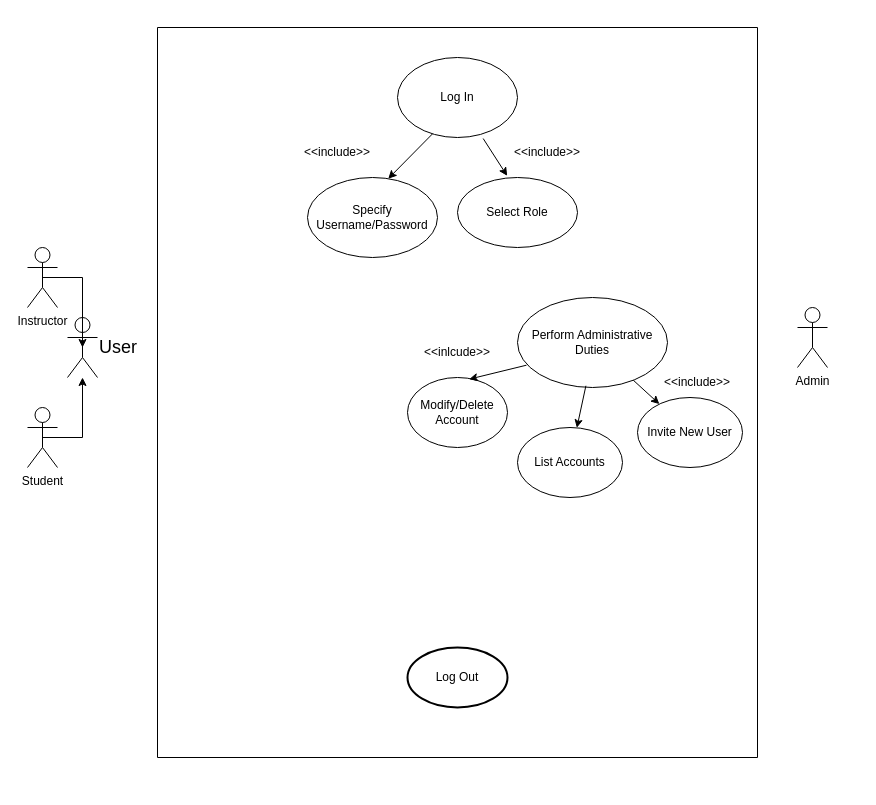
Earlier version of the draw.io diagram Use Case Diagram.drawio (mnevi/CSE360Project). Source tidied: cells renumbered, new cells numbered last; positions are measured from the earlier drawing's top-left corner, leaving out a move shared by most shapes. Both pictures are drawn from the tidied source at 100%, with x=0, y=0 at pixel (27, 27).
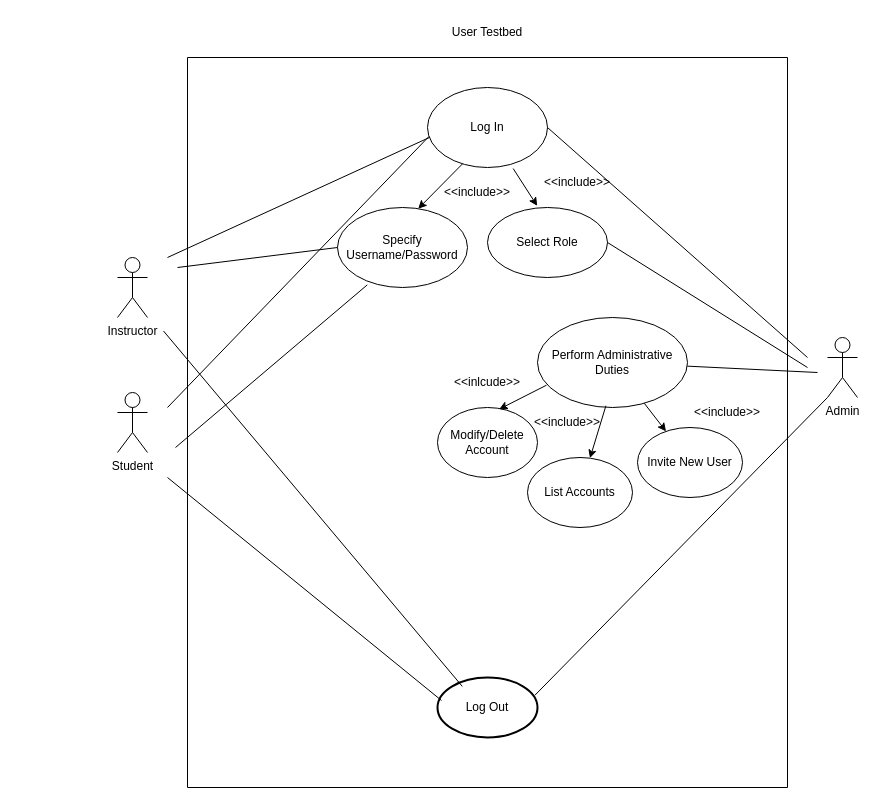
After the change.

What changed in the source:
```diff
@@
-    <mxCell id="2" style="swimlane;startSize=0;" parent="1" vertex="1">
-      <mxGeometry x="130" width="600" height="730" as="geometry" />
-    </mxCell>
+    <mxCell id="26" style="swimlane;startSize=0;" parent="1" vertex="1">
+      <mxGeometry x="160" y="30" width="600" height="730" as="geometry" />
+    </mxCell>
-    <mxCell id="3" value="Log Out" style="strokeWidth=2;html=1;shape=mxgraph.flowchart.start_1;whiteSpace=wrap;" parent="2" vertex="1">
+    <mxCell id="3" value="Log Out" style="strokeWidth=2;html=1;shape=mxgraph.flowchart.start_1;whiteSpace=wrap;" parent="26" vertex="1">
       <mxGeometry x="250" y="620" width="100" height="60" as="geometry" />
     </mxCell>
-    <mxCell id="4" value="Log In" style="ellipse;whiteSpace=wrap;html=1;" parent="2" vertex="1">
+    <mxCell id="4" value="Log In" style="ellipse;whiteSpace=wrap;html=1;" parent="26" vertex="1">
       <mxGeometry x="240" y="30" width="120" height="80" as="geometry" />
     </mxCell>
-    <mxCell id="5" style="endArrow=classic;html=1;rounded=0;exitX=0.714;exitY=1.013;exitDx=0;exitDy=0;entryX=0.414;entryY=-0.024;entryDx=0;entryDy=0;entryPerimeter=0;exitPerimeter=0;" parent="2" edge="1" source="4" target="8">
+    <mxCell id="5" style="endArrow=classic;html=1;rounded=0;exitX=0.714;exitY=1.013;exitDx=0;exitDy=0;entryX=0.414;entryY=-0.024;entryDx=0;entryDy=0;entryPerimeter=0;exitPerimeter=0;" parent="26" edge="1" source="4" target="8">
       <mxGeometry relative="1" as="geometry" />
     </mxCell>
-    <mxCell id="6" value="&amp;lt;&amp;lt;include&amp;gt;&amp;gt;" style="text;html=1;align=center;verticalAlign=middle;whiteSpace=wrap;rounded=0;" parent="2" vertex="1">
+    <mxCell id="6" value="&amp;lt;&amp;lt;include&amp;gt;&amp;gt;" style="text;html=1;align=center;verticalAlign=middle;whiteSpace=wrap;rounded=0;" parent="26" vertex="1">
       <mxGeometry x="360" y="110" width="60" height="30" as="geometry" />
     </mxCell>
-    <mxCell id="7" value="Specify Username/Password" style="ellipse;whiteSpace=wrap;html=1;" parent="2" vertex="1">
+    <mxCell id="7" value="Specify Username/Password" style="ellipse;whiteSpace=wrap;html=1;" parent="26" vertex="1">
       <mxGeometry x="150" y="150" width="130" height="80" as="geometry" />
     </mxCell>
-    <mxCell id="8" value="Select Role" style="ellipse;whiteSpace=wrap;html=1;" parent="2" vertex="1">
+    <mxCell id="8" value="Select Role" style="ellipse;whiteSpace=wrap;html=1;" parent="26" vertex="1">
       <mxGeometry x="300" y="150" width="120" height="70" as="geometry" />
     </mxCell>
-    <mxCell id="9" style="endArrow=classic;html=1;rounded=0;exitX=0.292;exitY=0.954;exitDx=0;exitDy=0;entryX=0.621;entryY=0.015;entryDx=0;entryDy=0;exitPerimeter=0;entryPerimeter=0;" parent="2" edge="1" source="4" target="7">
+    <mxCell id="9" style="endArrow=classic;html=1;rounded=0;exitX=0.292;exitY=0.954;exitDx=0;exitDy=0;entryX=0.621;entryY=0.015;entryDx=0;entryDy=0;exitPerimeter=0;entryPerimeter=0;" parent="26" edge="1" source="4" target="7">
       <mxGeometry relative="1" as="geometry" />
     </mxCell>
-    <mxCell id="10" value="&amp;lt;&amp;lt;include&amp;gt;&amp;gt;" style="text;html=1;align=center;verticalAlign=middle;whiteSpace=wrap;rounded=0;" parent="2" vertex="1">
-      <mxGeometry x="150" y="110" width="60" height="30" as="geometry" />
-    </mxCell>
+    <mxCell id="27" value="&amp;lt;&amp;lt;include&amp;gt;&amp;gt;" style="text;html=1;align=center;verticalAlign=middle;whiteSpace=wrap;rounded=0;" parent="26" vertex="1">
+      <mxGeometry x="260" y="120" width="60" height="30" as="geometry" />
+    </mxCell>
-    <mxCell id="11" value="Perform Administrative Duties" style="ellipse;whiteSpace=wrap;html=1;" parent="2" vertex="1">
-      <mxGeometry x="360" y="270" width="150" height="90" as="geometry" />
+    <mxCell id="11" value="Perform Administrative Duties" style="ellipse;whiteSpace=wrap;html=1;" parent="26" vertex="1">
+      <mxGeometry x="350" y="260" width="150" height="90" as="geometry" />
     </mxCell>
-    <mxCell id="12" value="Modify/Delete Account" style="ellipse;whiteSpace=wrap;html=1;" parent="2" vertex="1">
+    <mxCell id="12" value="Modify/Delete Account" style="ellipse;whiteSpace=wrap;html=1;" parent="26" vertex="1">
       <mxGeometry x="250" y="350" width="100" height="70" as="geometry" />
     </mxCell>
-    <mxCell id="13" value="List Accounts" style="ellipse;whiteSpace=wrap;html=1;" parent="2" vertex="1">
-      <mxGeometry x="360" y="400" width="105" height="70" as="geometry" />
+    <mxCell id="13" value="List Accounts" style="ellipse;whiteSpace=wrap;html=1;" parent="26" vertex="1">
+      <mxGeometry x="340" y="400" width="105" height="70" as="geometry" />
     </mxCell>
-    <mxCell id="14" value="Invite New User" style="ellipse;whiteSpace=wrap;html=1;" parent="2" vertex="1">
-      <mxGeometry x="480" y="370" width="105" height="70" as="geometry" />
+    <mxCell id="14" value="Invite New User" style="ellipse;whiteSpace=wrap;html=1;" parent="26" vertex="1">
+      <mxGeometry x="450" y="370" width="105" height="70" as="geometry" />
     </mxCell>
-    <mxCell id="15" style="endArrow=classic;html=1;rounded=0;exitX=0.06;exitY=0.752;exitDx=0;exitDy=0;exitPerimeter=0;entryX=0.617;entryY=0.024;entryDx=0;entryDy=0;entryPerimeter=0;" parent="2" edge="1" source="11" target="12">
+    <mxCell id="15" style="endArrow=classic;html=1;rounded=0;exitX=0.06;exitY=0.752;exitDx=0;exitDy=0;exitPerimeter=0;entryX=0.617;entryY=0.024;entryDx=0;entryDy=0;entryPerimeter=0;" parent="26" edge="1" source="11" target="12">
       <mxGeometry relative="1" as="geometry" />
     </mxCell>
-    <mxCell id="16" style="endArrow=classic;html=1;rounded=0;exitX=0.456;exitY=0.981;exitDx=0;exitDy=0;exitPerimeter=0;" parent="2" edge="1" source="11" target="13">
+    <mxCell id="16" style="endArrow=classic;html=1;rounded=0;exitX=0.456;exitY=0.981;exitDx=0;exitDy=0;exitPerimeter=0;" parent="26" edge="1" source="11" target="13">
       <mxGeometry relative="1" as="geometry" />
     </mxCell>
-    <mxCell id="17" style="endArrow=classic;html=1;rounded=0;" parent="2" edge="1" source="11" target="14">
+    <mxCell id="17" style="endArrow=classic;html=1;rounded=0;" parent="26" edge="1" source="11" target="14">
       <mxGeometry relative="1" as="geometry" />
     </mxCell>
-    <mxCell id="18" value="&amp;lt;&amp;lt;inlcude&amp;gt;&amp;gt;" style="text;html=1;align=center;verticalAlign=middle;whiteSpace=wrap;rounded=0;" parent="2" vertex="1">
+    <mxCell id="18" value="&amp;lt;&amp;lt;inlcude&amp;gt;&amp;gt;" style="text;html=1;align=center;verticalAlign=middle;whiteSpace=wrap;rounded=0;" parent="26" vertex="1">
       <mxGeometry x="270" y="310" width="60" height="30" as="geometry" />
     </mxCell>
-    <mxCell id="19" value="&amp;lt;&amp;lt;include&amp;gt;&amp;gt;" style="text;html=1;align=center;verticalAlign=middle;whiteSpace=wrap;rounded=0;" parent="2" vertex="1">
+    <mxCell id="19" value="&amp;lt;&amp;lt;include&amp;gt;&amp;gt;" style="text;html=1;align=center;verticalAlign=middle;whiteSpace=wrap;rounded=0;" parent="26" vertex="1">
       <mxGeometry x="510" y="340" width="60" height="30" as="geometry" />
     </mxCell>
+    <mxCell id="28" style="endArrow=none;html=1;rounded=0;entryX=0.012;entryY=0.612;entryDx=0;entryDy=0;entryPerimeter=0;" parent="26" edge="1" target="4">
+      <mxGeometry relative="1" as="geometry">
+        <mxPoint x="-20" y="350" as="sourcePoint" />
+      </mxGeometry>
+    </mxCell>
+    <mxCell id="29" style="endArrow=none;html=1;rounded=0;entryX=0.229;entryY=0.967;entryDx=0;entryDy=0;entryPerimeter=0;" parent="26" edge="1" target="7">
+      <mxGeometry relative="1" as="geometry">
+        <mxPoint x="-12" y="390" as="sourcePoint" />
+      </mxGeometry>
+    </mxCell>
+    <mxCell id="30" style="endArrow=none;html=1;rounded=0;exitX=1;exitY=0.5;exitDx=0;exitDy=0;" parent="26" edge="1" source="4">
+      <mxGeometry relative="1" as="geometry">
+        <mxPoint x="620" y="300" as="targetPoint" />
+      </mxGeometry>
+    </mxCell>
+    <mxCell id="31" style="endArrow=none;html=1;rounded=0;entryX=0.04;entryY=0.383;entryDx=0;entryDy=0;entryPerimeter=0;" parent="26" edge="1" target="3">
+      <mxGeometry relative="1" as="geometry">
+        <mxPoint x="-20" y="420" as="sourcePoint" />
+      </mxGeometry>
+    </mxCell>
+    <mxCell id="32" style="endArrow=none;html=1;rounded=0;entryX=0.248;entryY=0.148;entryDx=0;entryDy=0;entryPerimeter=0;" parent="26" edge="1" target="3">
+      <mxGeometry relative="1" as="geometry">
+        <mxPoint x="-24" y="273.5" as="sourcePoint" />
+      </mxGeometry>
+    </mxCell>
+    <mxCell id="33" value="&amp;lt;&amp;lt;include&amp;gt;&amp;gt;" style="text;html=1;align=center;verticalAlign=middle;whiteSpace=wrap;rounded=0;" parent="26" vertex="1">
+      <mxGeometry x="350" y="350" width="60" height="30" as="geometry" />
+    </mxCell>
+    <mxCell id="34" style="endArrow=none;html=1;rounded=0;exitX=1;exitY=0.5;exitDx=0;exitDy=0;" parent="26" edge="1" source="8">
+      <mxGeometry relative="1" as="geometry">
+        <mxPoint x="620" y="310" as="targetPoint" />
+      </mxGeometry>
+    </mxCell>
     <mxCell id="20" value="Admin" style="shape=umlActor;verticalLabelPosition=bottom;verticalAlign=top;html=1;outlineConnect=0;fontSize=12;" parent="1" vertex="1">
-      <mxGeometry x="770" y="280" width="30" height="60" as="geometry" />
+      <mxGeometry x="800" y="310" width="30" height="60" as="geometry" />
     </mxCell>
-    <mxCell id="21" value="User" style="shape=umlActor;verticalLabelPosition=middle;verticalAlign=middle;html=1;outlineConnect=0;fontSize=18;labelPosition=right;align=left;" parent="1" vertex="1">
-      <mxGeometry x="40" y="290" width="30" height="60" as="geometry" />
-    </mxCell>
     <mxCell id="22" value="Instructor" style="shape=umlActor;verticalLabelPosition=bottom;verticalAlign=top;html=1;" parent="1" vertex="1">
-      <mxGeometry y="220" width="30" height="60" as="geometry" />
+      <mxGeometry x="90" y="230" width="30" height="60" as="geometry" />
     </mxCell>
-    <mxCell id="23" style="edgeStyle=orthogonalEdgeStyle;rounded=0;jettySize=auto;html=1;exitX=0.5;exitY=0.5;exitDx=0;exitDy=0;exitPerimeter=0;" parent="1" edge="1" source="24" target="21">
-      <mxGeometry relative="1" as="geometry" />
-    </mxCell>
     <mxCell id="24" value="Student" style="shape=umlActor;verticalLabelPosition=bottom;verticalAlign=top;html=1;" parent="1" vertex="1">
-      <mxGeometry y="380" width="30" height="60" as="geometry" />
+      <mxGeometry x="90" y="365" width="30" height="60" as="geometry" />
     </mxCell>
-    <mxCell id="25" style="edgeStyle=orthogonalEdgeStyle;rounded=0;jettySize=auto;html=1;exitX=0.5;exitY=0.5;exitDx=0;exitDy=0;exitPerimeter=0;entryX=0.5;entryY=0.5;entryDx=0;entryDy=0;entryPerimeter=0;" parent="1" edge="1" source="22" target="21">
-      <mxGeometry relative="1" as="geometry" />
-    </mxCell>
+    <mxCell id="35" style="endArrow=none;html=1;rounded=0;entryX=0.019;entryY=0.623;entryDx=0;entryDy=0;entryPerimeter=0;" parent="1" edge="1" target="4">
+      <mxGeometry relative="1" as="geometry">
+        <mxPoint x="140" y="230" as="sourcePoint" />
+      </mxGeometry>
+    </mxCell>
+    <mxCell id="36" style="endArrow=none;html=1;rounded=0;entryX=0;entryY=0.5;entryDx=0;entryDy=0;" parent="1" edge="1" target="7">
+      <mxGeometry relative="1" as="geometry">
+        <mxPoint x="150" y="240" as="sourcePoint" />
+      </mxGeometry>
+    </mxCell>
+    <mxCell id="37" style="endArrow=none;html=1;rounded=0;" parent="1" edge="1" source="11">
+      <mxGeometry relative="1" as="geometry">
+        <mxPoint x="790" y="345" as="targetPoint" />
+      </mxGeometry>
+    </mxCell>
+    <mxCell id="38" style="endArrow=none;html=1;rounded=0;entryX=0;entryY=1;entryDx=0;entryDy=0;entryPerimeter=0;exitX=0.974;exitY=0.296;exitDx=0;exitDy=0;exitPerimeter=0;" parent="1" edge="1" source="3" target="20">
+      <mxGeometry relative="1" as="geometry" />
+    </mxCell>
+    <mxCell id="39" value="User Testbed" style="text;html=1;align=center;verticalAlign=middle;whiteSpace=wrap;rounded=0;" parent="1" vertex="1">
+      <mxGeometry x="405" y="-10" width="110" height="30" as="geometry" />
+    </mxCell>
```
